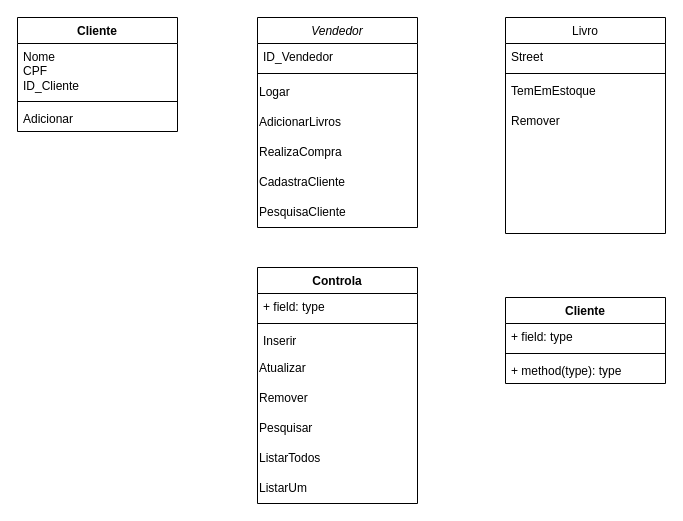
AlecrimLunar/Banco-de-dados-Livraria keeps this draw.io diagram as Documentação/UML_Primeira_Parte.drawio. Above is the earlier version. Source tidied: cells renumbered, new cells numbered last; positions are measured from the earlier drawing's top-left corner, leaving out a move shared by most shapes. Both pictures are drawn from the tidied source at 100%, with x=0, y=0 at pixel (17, 17).
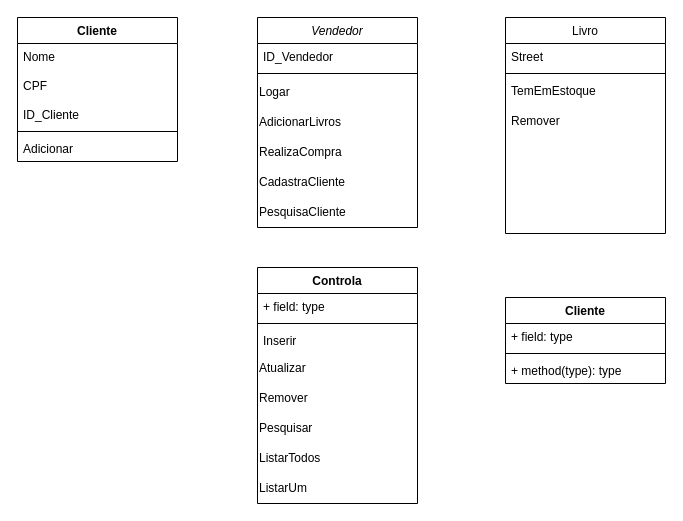
The same diagram, later.

What changed in the source:
```diff
@@
     <mxCell id="28" value="Cliente" style="swimlane;fontStyle=1;align=center;verticalAlign=top;horizontal=1;startSize=26;whiteSpace=wrap;html=1;" parent="1" vertex="1">
-      <mxGeometry width="160" height="114" as="geometry" />
+      <mxGeometry width="160" height="144" as="geometry" />
     </mxCell>
-    <mxCell id="29" value="Nome&lt;br&gt;&lt;div&gt;CPF&lt;/div&gt;&lt;div&gt;ID_Cliente&lt;/div&gt;" style="text;strokeColor=none;fillColor=none;align=left;verticalAlign=top;spacingLeft=4;spacingRight=4;overflow=hidden;whiteSpace=wrap;html=1;" parent="28" vertex="1">
-      <mxGeometry y="26" width="160" height="54" as="geometry" />
+    <mxCell id="29" value="Nome&lt;div&gt;&lt;br&gt;&lt;div&gt;CPF&lt;/div&gt;&lt;div&gt;&lt;br&gt;&lt;/div&gt;&lt;div&gt;ID_Cliente&lt;/div&gt;&lt;/div&gt;&lt;div&gt;&lt;br&gt;&lt;/div&gt;" style="text;strokeColor=none;fillColor=none;align=left;verticalAlign=top;spacingLeft=4;spacingRight=4;overflow=hidden;whiteSpace=wrap;html=1;" parent="28" vertex="1">
+      <mxGeometry y="26" width="160" height="84" as="geometry" />
     </mxCell>
     <mxCell id="30" style="line;strokeWidth=1;fillColor=none;align=left;verticalAlign=middle;spacingTop=-1;spacingLeft=3;spacingRight=3;labelPosition=right;strokeColor=inherit;" parent="28" vertex="1">
-      <mxGeometry y="80" width="160" height="8" as="geometry" />
+      <mxGeometry y="110" width="160" height="8" as="geometry" />
     </mxCell>
     <mxCell id="31" value="Adicionar" style="text;strokeColor=none;fillColor=none;align=left;verticalAlign=top;spacingLeft=4;spacingRight=4;overflow=hidden;whiteSpace=wrap;html=1;" parent="28" vertex="1">
-      <mxGeometry y="88" width="160" height="26" as="geometry" />
+      <mxGeometry y="118" width="160" height="26" as="geometry" />
     </mxCell>
```
